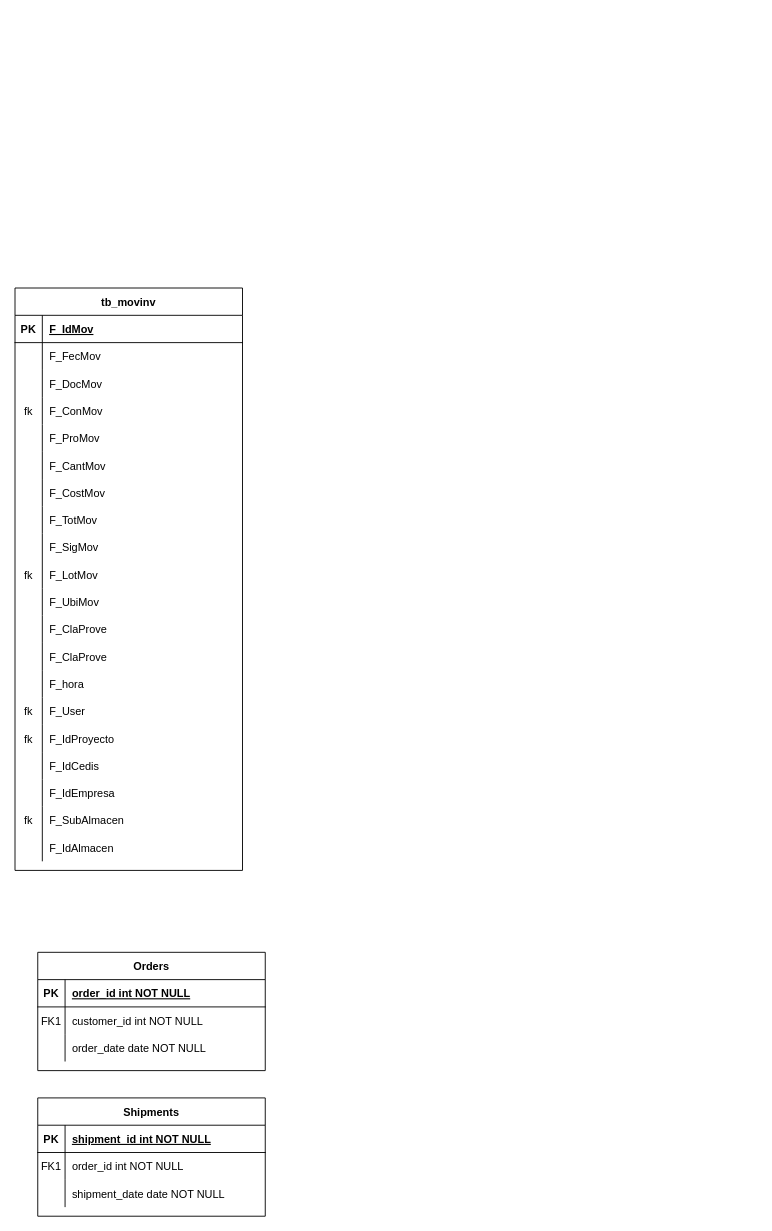
Above: TraspasosSubalmacenes.drawio in ErnestoDanielTafoyaMolinaCYM/clases-cat-cym (draw.io), before the change. Source tidied: cells renumbered, new cells numbered last; positions are measured from the earlier drawing's top-left corner, leaving out a move shared by most shapes. Both pictures are drawn from the tidied source at 91%, with x=0, y=0 at pixel (15, 288).
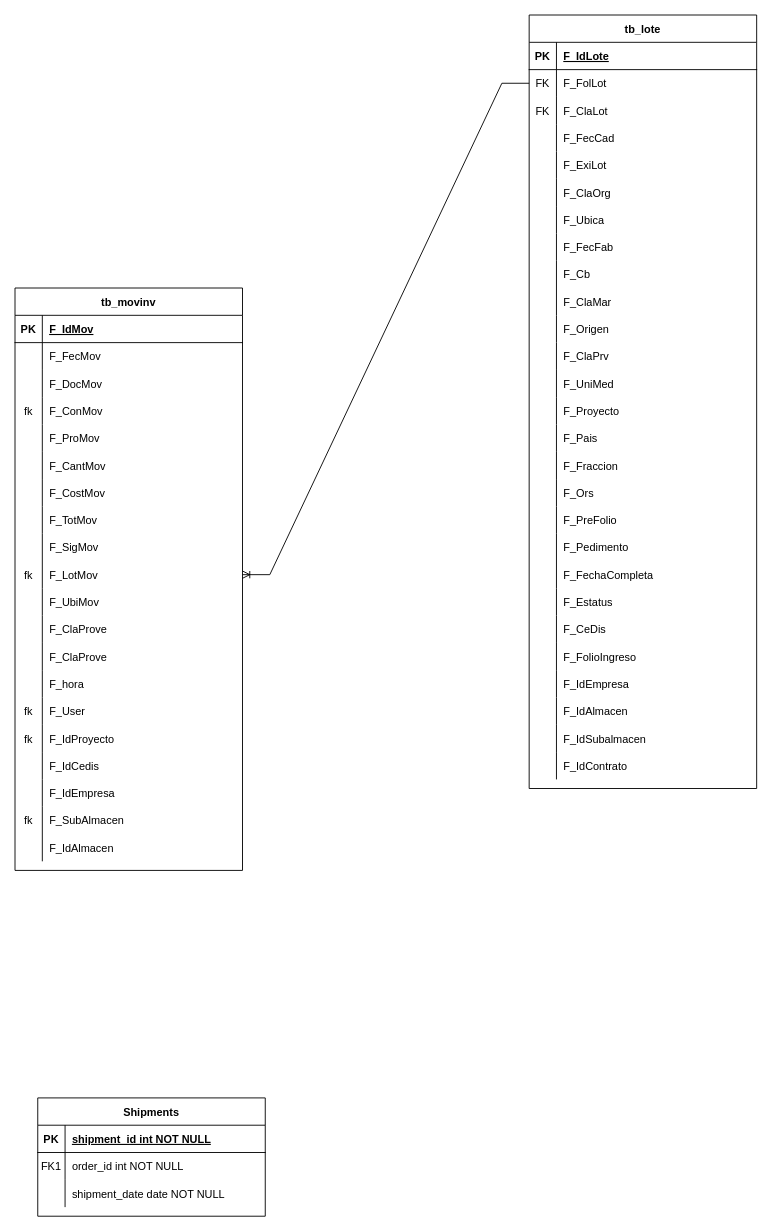
After the change.

The change refers to these unchanged cells:
```xml
<mxCell id="3" style="shape=partialRectangle;fillColor=none;top=0;left=0;right=0;bottom=1;" parent="2" vertex="1">
  <mxGeometry y="30" width="250" height="30" as="geometry" />
</mxCell>
<mxCell id="6" style="shape=partialRectangle;fillColor=none;points=[[0,0.5],[1,0.5]];portConstraint=eastwest;top=0;left=0;right=0;bottom=0;" parent="2" vertex="1">
  <mxGeometry y="60" width="250" height="30" as="geometry" />
</mxCell>
<mxCell id="9" style="shape=partialRectangle;fillColor=none;top=0;left=0;right=0;bottom=0;" parent="2" vertex="1">
  <mxGeometry y="90" width="250" height="30" as="geometry" />
</mxCell>
<mxCell id="50" style="shape=partialRectangle;fillColor=none;points=[[0,0.5],[1,0.5]];portConstraint=eastwest;top=0;left=0;right=0;bottom=0;" parent="22" vertex="1">
  <mxGeometry y="300" width="250" height="30" as="geometry" />
</mxCell>
```

The edit, as a diff of the source:
```diff
@@
-    <mxCell id="2" value="Orders" style="shape=table;startSize=30;childLayout=tableLayout;rowLines=0;fontStyle=1;align=center;" parent="1" vertex="1">
-      <mxGeometry x="25" y="730" width="250" height="130" as="geometry" />
+    <mxCell id="2" value="tb_lote" style="shape=table;startSize=30;childLayout=tableLayout;rowLines=0;fontStyle=1;align=center;" parent="1" vertex="1">
+      <mxGeometry x="565" y="-300" width="250" height="850" as="geometry" />
     </mxCell>
@@
-    <mxCell id="5" value="order_id int NOT NULL " style="shape=partialRectangle;overflow=hidden;fillColor=none;top=0;left=0;bottom=0;right=0;align=left;spacingLeft=6;fontStyle=5;" parent="3" vertex="1">
+    <mxCell id="5" value="F_IdLote " style="shape=partialRectangle;overflow=hidden;fillColor=none;top=0;left=0;bottom=0;right=0;align=left;spacingLeft=6;fontStyle=5;" parent="3" vertex="1">
       <mxGeometry x="30" width="220" height="30" as="geometry" />
     </mxCell>
@@
-    <mxCell id="7" value="FK1" style="shape=partialRectangle;overflow=hidden;fillColor=none;top=0;left=0;bottom=0;right=0;" parent="6" vertex="1">
+    <mxCell id="7" value="FK" style="shape=partialRectangle;overflow=hidden;fillColor=none;top=0;left=0;bottom=0;right=0;" parent="6" vertex="1">
       <mxGeometry width="30" height="30" as="geometry" />
     </mxCell>
-    <mxCell id="8" value="customer_id int NOT NULL" style="shape=partialRectangle;overflow=hidden;fillColor=none;top=0;left=0;bottom=0;right=0;align=left;spacingLeft=6;" parent="6" vertex="1">
+    <mxCell id="8" value="F_FolLot" style="shape=partialRectangle;overflow=hidden;fillColor=none;top=0;left=0;bottom=0;right=0;align=left;spacingLeft=6;" parent="6" vertex="1">
       <mxGeometry x="30" width="220" height="30" as="geometry" />
     </mxCell>
@@
-    <mxCell id="10" style="shape=partialRectangle;overflow=hidden;fillColor=none;top=0;left=0;bottom=0;right=0;" parent="9" vertex="1">
+    <mxCell id="10" value="FK" style="shape=partialRectangle;overflow=hidden;fillColor=none;top=0;left=0;bottom=0;right=0;" parent="9" vertex="1">
       <mxGeometry width="30" height="30" as="geometry" />
     </mxCell>
-    <mxCell id="11" value="order_date date NOT NULL" style="shape=partialRectangle;overflow=hidden;fillColor=none;top=0;left=0;bottom=0;right=0;align=left;spacingLeft=6;" parent="9" vertex="1">
+    <mxCell id="11" value="F_ClaLot" style="shape=partialRectangle;overflow=hidden;fillColor=none;top=0;left=0;bottom=0;right=0;align=left;spacingLeft=6;" parent="9" vertex="1">
       <mxGeometry x="30" width="220" height="30" as="geometry" />
     </mxCell>
+    <mxCell id="83" style="shape=partialRectangle;fillColor=none;top=0;left=0;right=0;bottom=0;" parent="2" vertex="1">
+      <mxGeometry y="120" width="250" height="30" as="geometry" />
+    </mxCell>
+    <mxCell id="84" style="shape=partialRectangle;overflow=hidden;fillColor=none;top=0;left=0;bottom=0;right=0;" parent="83" vertex="1">
+      <mxGeometry width="30" height="30" as="geometry" />
+    </mxCell>
+    <mxCell id="85" value="F_FecCad" style="shape=partialRectangle;overflow=hidden;fillColor=none;top=0;left=0;bottom=0;right=0;align=left;spacingLeft=6;" parent="83" vertex="1">
+      <mxGeometry x="30" width="220" height="30" as="geometry" />
+    </mxCell>
+    <mxCell id="86" style="shape=partialRectangle;fillColor=none;top=0;left=0;right=0;bottom=0;" parent="2" vertex="1">
+      <mxGeometry y="150" width="250" height="30" as="geometry" />
+    </mxCell>
+    <mxCell id="87" style="shape=partialRectangle;overflow=hidden;fillColor=none;top=0;left=0;bottom=0;right=0;" parent="86" vertex="1">
+      <mxGeometry width="30" height="30" as="geometry" />
+    </mxCell>
+    <mxCell id="88" value="F_ExiLot" style="shape=partialRectangle;overflow=hidden;fillColor=none;top=0;left=0;bottom=0;right=0;align=left;spacingLeft=6;" parent="86" vertex="1">
+      <mxGeometry x="30" width="220" height="30" as="geometry" />
+    </mxCell>
+    <mxCell id="89" style="shape=partialRectangle;fillColor=none;top=0;left=0;right=0;bottom=0;" parent="2" vertex="1">
+      <mxGeometry y="180" width="250" height="30" as="geometry" />
+    </mxCell>
+    <mxCell id="90" style="shape=partialRectangle;overflow=hidden;fillColor=none;top=0;left=0;bottom=0;right=0;" parent="89" vertex="1">
+      <mxGeometry width="30" height="30" as="geometry" />
+    </mxCell>
+    <mxCell id="91" value="F_ClaOrg" style="shape=partialRectangle;overflow=hidden;fillColor=none;top=0;left=0;bottom=0;right=0;align=left;spacingLeft=6;" parent="89" vertex="1">
+      <mxGeometry x="30" width="220" height="30" as="geometry" />
+    </mxCell>
+    <mxCell id="92" style="shape=partialRectangle;fillColor=none;top=0;left=0;right=0;bottom=0;" parent="2" vertex="1">
+      <mxGeometry y="210" width="250" height="30" as="geometry" />
+    </mxCell>
+    <mxCell id="93" style="shape=partialRectangle;overflow=hidden;fillColor=none;top=0;left=0;bottom=0;right=0;" parent="92" vertex="1">
+      <mxGeometry width="30" height="30" as="geometry" />
+    </mxCell>
+    <mxCell id="94" value="F_Ubica" style="shape=partialRectangle;overflow=hidden;fillColor=none;top=0;left=0;bottom=0;right=0;align=left;spacingLeft=6;" parent="92" vertex="1">
+      <mxGeometry x="30" width="220" height="30" as="geometry" />
+    </mxCell>
+    <mxCell id="95" style="shape=partialRectangle;fillColor=none;top=0;left=0;right=0;bottom=0;" parent="2" vertex="1">
+      <mxGeometry y="240" width="250" height="30" as="geometry" />
+    </mxCell>
+    <mxCell id="96" style="shape=partialRectangle;overflow=hidden;fillColor=none;top=0;left=0;bottom=0;right=0;" parent="95" vertex="1">
+      <mxGeometry width="30" height="30" as="geometry" />
+    </mxCell>
+    <mxCell id="97" value="F_FecFab" style="shape=partialRectangle;overflow=hidden;fillColor=none;top=0;left=0;bottom=0;right=0;align=left;spacingLeft=6;" parent="95" vertex="1">
+      <mxGeometry x="30" width="220" height="30" as="geometry" />
+    </mxCell>
+    <mxCell id="98" style="shape=partialRectangle;fillColor=none;top=0;left=0;right=0;bottom=0;" parent="2" vertex="1">
+      <mxGeometry y="270" width="250" height="30" as="geometry" />
+    </mxCell>
+    <mxCell id="99" style="shape=partialRectangle;overflow=hidden;fillColor=none;top=0;left=0;bottom=0;right=0;" parent="98" vertex="1">
+      <mxGeometry width="30" height="30" as="geometry" />
+    </mxCell>
+    <mxCell id="100" value="F_Cb" style="shape=partialRectangle;overflow=hidden;fillColor=none;top=0;left=0;bottom=0;right=0;align=left;spacingLeft=6;" parent="98" vertex="1">
+      <mxGeometry x="30" width="220" height="30" as="geometry" />
+    </mxCell>
+    <mxCell id="101" style="shape=partialRectangle;fillColor=none;top=0;left=0;right=0;bottom=0;" parent="2" vertex="1">
+      <mxGeometry y="300" width="250" height="30" as="geometry" />
+    </mxCell>
+    <mxCell id="102" style="shape=partialRectangle;overflow=hidden;fillColor=none;top=0;left=0;bottom=0;right=0;" parent="101" vertex="1">
+      <mxGeometry width="30" height="30" as="geometry" />
+    </mxCell>
+    <mxCell id="103" value="F_ClaMar" style="shape=partialRectangle;overflow=hidden;fillColor=none;top=0;left=0;bottom=0;right=0;align=left;spacingLeft=6;" parent="101" vertex="1">
+      <mxGeometry x="30" width="220" height="30" as="geometry" />
+    </mxCell>
+    <mxCell id="104" style="shape=partialRectangle;fillColor=none;top=0;left=0;right=0;bottom=0;" parent="2" vertex="1">
+      <mxGeometry y="330" width="250" height="30" as="geometry" />
+    </mxCell>
+    <mxCell id="105" style="shape=partialRectangle;overflow=hidden;fillColor=none;top=0;left=0;bottom=0;right=0;" parent="104" vertex="1">
+      <mxGeometry width="30" height="30" as="geometry" />
+    </mxCell>
+    <mxCell id="106" value="F_Origen" style="shape=partialRectangle;overflow=hidden;fillColor=none;top=0;left=0;bottom=0;right=0;align=left;spacingLeft=6;" parent="104" vertex="1">
+      <mxGeometry x="30" width="220" height="30" as="geometry" />
+    </mxCell>
+    <mxCell id="107" style="shape=partialRectangle;fillColor=none;top=0;left=0;right=0;bottom=0;" parent="2" vertex="1">
+      <mxGeometry y="360" width="250" height="30" as="geometry" />
+    </mxCell>
+    <mxCell id="108" style="shape=partialRectangle;overflow=hidden;fillColor=none;top=0;left=0;bottom=0;right=0;" parent="107" vertex="1">
+      <mxGeometry width="30" height="30" as="geometry" />
+    </mxCell>
+    <mxCell id="109" value="F_ClaPrv" style="shape=partialRectangle;overflow=hidden;fillColor=none;top=0;left=0;bottom=0;right=0;align=left;spacingLeft=6;" parent="107" vertex="1">
+      <mxGeometry x="30" width="220" height="30" as="geometry" />
+    </mxCell>
+    <mxCell id="110" style="shape=partialRectangle;fillColor=none;top=0;left=0;right=0;bottom=0;" parent="2" vertex="1">
+      <mxGeometry y="390" width="250" height="30" as="geometry" />
+    </mxCell>
+    <mxCell id="111" style="shape=partialRectangle;overflow=hidden;fillColor=none;top=0;left=0;bottom=0;right=0;" parent="110" vertex="1">
+      <mxGeometry width="30" height="30" as="geometry" />
+    </mxCell>
+    <mxCell id="112" value="F_UniMed" style="shape=partialRectangle;overflow=hidden;fillColor=none;top=0;left=0;bottom=0;right=0;align=left;spacingLeft=6;" parent="110" vertex="1">
+      <mxGeometry x="30" width="220" height="30" as="geometry" />
+    </mxCell>
+    <mxCell id="113" style="shape=partialRectangle;fillColor=none;top=0;left=0;right=0;bottom=0;" parent="2" vertex="1">
+      <mxGeometry y="420" width="250" height="30" as="geometry" />
+    </mxCell>
+    <mxCell id="114" style="shape=partialRectangle;overflow=hidden;fillColor=none;top=0;left=0;bottom=0;right=0;" parent="113" vertex="1">
+      <mxGeometry width="30" height="30" as="geometry" />
+    </mxCell>
+    <mxCell id="115" value="F_Proyecto" style="shape=partialRectangle;overflow=hidden;fillColor=none;top=0;left=0;bottom=0;right=0;align=left;spacingLeft=6;" parent="113" vertex="1">
+      <mxGeometry x="30" width="220" height="30" as="geometry" />
+    </mxCell>
+    <mxCell id="116" style="shape=partialRectangle;fillColor=none;top=0;left=0;right=0;bottom=0;" parent="2" vertex="1">
+      <mxGeometry y="450" width="250" height="30" as="geometry" />
+    </mxCell>
+    <mxCell id="117" style="shape=partialRectangle;overflow=hidden;fillColor=none;top=0;left=0;bottom=0;right=0;" parent="116" vertex="1">
+      <mxGeometry width="30" height="30" as="geometry" />
+    </mxCell>
+    <mxCell id="118" value="F_Pais" style="shape=partialRectangle;overflow=hidden;fillColor=none;top=0;left=0;bottom=0;right=0;align=left;spacingLeft=6;" parent="116" vertex="1">
+      <mxGeometry x="30" width="220" height="30" as="geometry" />
+    </mxCell>
+    <mxCell id="119" style="shape=partialRectangle;fillColor=none;top=0;left=0;right=0;bottom=0;" parent="2" vertex="1">
+      <mxGeometry y="480" width="250" height="30" as="geometry" />
+    </mxCell>
+    <mxCell id="120" style="shape=partialRectangle;overflow=hidden;fillColor=none;top=0;left=0;bottom=0;right=0;" parent="119" vertex="1">
+      <mxGeometry width="30" height="30" as="geometry" />
+    </mxCell>
+    <mxCell id="121" value="F_Fraccion" style="shape=partialRectangle;overflow=hidden;fillColor=none;top=0;left=0;bottom=0;right=0;align=left;spacingLeft=6;" parent="119" vertex="1">
+      <mxGeometry x="30" width="220" height="30" as="geometry" />
+    </mxCell>
+    <mxCell id="122" style="shape=partialRectangle;fillColor=none;top=0;left=0;right=0;bottom=0;" parent="2" vertex="1">
+      <mxGeometry y="510" width="250" height="30" as="geometry" />
+    </mxCell>
+    <mxCell id="123" style="shape=partialRectangle;overflow=hidden;fillColor=none;top=0;left=0;bottom=0;right=0;" parent="122" vertex="1">
+      <mxGeometry width="30" height="30" as="geometry" />
+    </mxCell>
+    <mxCell id="124" value="F_Ors" style="shape=partialRectangle;overflow=hidden;fillColor=none;top=0;left=0;bottom=0;right=0;align=left;spacingLeft=6;" parent="122" vertex="1">
+      <mxGeometry x="30" width="220" height="30" as="geometry" />
+    </mxCell>
+    <mxCell id="125" style="shape=partialRectangle;fillColor=none;top=0;left=0;right=0;bottom=0;" parent="2" vertex="1">
+      <mxGeometry y="540" width="250" height="30" as="geometry" />
+    </mxCell>
+    <mxCell id="126" style="shape=partialRectangle;overflow=hidden;fillColor=none;top=0;left=0;bottom=0;right=0;" parent="125" vertex="1">
+      <mxGeometry width="30" height="30" as="geometry" />
+    </mxCell>
+    <mxCell id="127" value="F_PreFolio" style="shape=partialRectangle;overflow=hidden;fillColor=none;top=0;left=0;bottom=0;right=0;align=left;spacingLeft=6;" parent="125" vertex="1">
+      <mxGeometry x="30" width="220" height="30" as="geometry" />
+    </mxCell>
+    <mxCell id="128" style="shape=partialRectangle;fillColor=none;top=0;left=0;right=0;bottom=0;" parent="2" vertex="1">
+      <mxGeometry y="570" width="250" height="30" as="geometry" />
+    </mxCell>
+    <mxCell id="129" style="shape=partialRectangle;overflow=hidden;fillColor=none;top=0;left=0;bottom=0;right=0;" parent="128" vertex="1">
+      <mxGeometry width="30" height="30" as="geometry" />
+    </mxCell>
+    <mxCell id="130" value="F_Pedimento" style="shape=partialRectangle;overflow=hidden;fillColor=none;top=0;left=0;bottom=0;right=0;align=left;spacingLeft=6;" parent="128" vertex="1">
+      <mxGeometry x="30" width="220" height="30" as="geometry" />
+    </mxCell>
+    <mxCell id="131" style="shape=partialRectangle;fillColor=none;top=0;left=0;right=0;bottom=0;" parent="2" vertex="1">
+      <mxGeometry y="600" width="250" height="30" as="geometry" />
+    </mxCell>
+    <mxCell id="132" style="shape=partialRectangle;overflow=hidden;fillColor=none;top=0;left=0;bottom=0;right=0;" parent="131" vertex="1">
+      <mxGeometry width="30" height="30" as="geometry" />
+    </mxCell>
+    <mxCell id="133" value="F_FechaCompleta" style="shape=partialRectangle;overflow=hidden;fillColor=none;top=0;left=0;bottom=0;right=0;align=left;spacingLeft=6;" parent="131" vertex="1">
+      <mxGeometry x="30" width="220" height="30" as="geometry" />
+    </mxCell>
+    <mxCell id="134" style="shape=partialRectangle;fillColor=none;top=0;left=0;right=0;bottom=0;" parent="2" vertex="1">
+      <mxGeometry y="630" width="250" height="30" as="geometry" />
+    </mxCell>
+    <mxCell id="135" style="shape=partialRectangle;overflow=hidden;fillColor=none;top=0;left=0;bottom=0;right=0;" parent="134" vertex="1">
+      <mxGeometry width="30" height="30" as="geometry" />
+    </mxCell>
+    <mxCell id="136" value="F_Estatus" style="shape=partialRectangle;overflow=hidden;fillColor=none;top=0;left=0;bottom=0;right=0;align=left;spacingLeft=6;" parent="134" vertex="1">
+      <mxGeometry x="30" width="220" height="30" as="geometry" />
+    </mxCell>
+    <mxCell id="137" style="shape=partialRectangle;fillColor=none;top=0;left=0;right=0;bottom=0;" parent="2" vertex="1">
+      <mxGeometry y="660" width="250" height="30" as="geometry" />
+    </mxCell>
+    <mxCell id="138" style="shape=partialRectangle;overflow=hidden;fillColor=none;top=0;left=0;bottom=0;right=0;" parent="137" vertex="1">
+      <mxGeometry width="30" height="30" as="geometry" />
+    </mxCell>
+    <mxCell id="139" value="F_CeDis" style="shape=partialRectangle;overflow=hidden;fillColor=none;top=0;left=0;bottom=0;right=0;align=left;spacingLeft=6;" parent="137" vertex="1">
+      <mxGeometry x="30" width="220" height="30" as="geometry" />
+    </mxCell>
+    <mxCell id="140" style="shape=partialRectangle;fillColor=none;top=0;left=0;right=0;bottom=0;" parent="2" vertex="1">
+      <mxGeometry y="690" width="250" height="30" as="geometry" />
+    </mxCell>
+    <mxCell id="141" style="shape=partialRectangle;overflow=hidden;fillColor=none;top=0;left=0;bottom=0;right=0;" parent="140" vertex="1">
+      <mxGeometry width="30" height="30" as="geometry" />
+    </mxCell>
+    <mxCell id="142" value="F_FolioIngreso" style="shape=partialRectangle;overflow=hidden;fillColor=none;top=0;left=0;bottom=0;right=0;align=left;spacingLeft=6;" parent="140" vertex="1">
+      <mxGeometry x="30" width="220" height="30" as="geometry" />
+    </mxCell>
+    <mxCell id="143" style="shape=partialRectangle;fillColor=none;top=0;left=0;right=0;bottom=0;" parent="2" vertex="1">
+      <mxGeometry y="720" width="250" height="30" as="geometry" />
+    </mxCell>
+    <mxCell id="144" style="shape=partialRectangle;overflow=hidden;fillColor=none;top=0;left=0;bottom=0;right=0;" parent="143" vertex="1">
+      <mxGeometry width="30" height="30" as="geometry" />
+    </mxCell>
+    <mxCell id="145" value="F_IdEmpresa" style="shape=partialRectangle;overflow=hidden;fillColor=none;top=0;left=0;bottom=0;right=0;align=left;spacingLeft=6;" parent="143" vertex="1">
+      <mxGeometry x="30" width="220" height="30" as="geometry" />
+    </mxCell>
+    <mxCell id="146" style="shape=partialRectangle;fillColor=none;top=0;left=0;right=0;bottom=0;" parent="2" vertex="1">
+      <mxGeometry y="750" width="250" height="30" as="geometry" />
+    </mxCell>
+    <mxCell id="147" style="shape=partialRectangle;overflow=hidden;fillColor=none;top=0;left=0;bottom=0;right=0;" parent="146" vertex="1">
+      <mxGeometry width="30" height="30" as="geometry" />
+    </mxCell>
+    <mxCell id="148" value="F_IdAlmacen" style="shape=partialRectangle;overflow=hidden;fillColor=none;top=0;left=0;bottom=0;right=0;align=left;spacingLeft=6;" parent="146" vertex="1">
+      <mxGeometry x="30" width="220" height="30" as="geometry" />
+    </mxCell>
+    <mxCell id="149" style="shape=partialRectangle;fillColor=none;top=0;left=0;right=0;bottom=0;" parent="2" vertex="1">
+      <mxGeometry y="780" width="250" height="30" as="geometry" />
+    </mxCell>
+    <mxCell id="150" style="shape=partialRectangle;overflow=hidden;fillColor=none;top=0;left=0;bottom=0;right=0;" parent="149" vertex="1">
+      <mxGeometry width="30" height="30" as="geometry" />
+    </mxCell>
+    <mxCell id="151" value="F_IdSubalmacen" style="shape=partialRectangle;overflow=hidden;fillColor=none;top=0;left=0;bottom=0;right=0;align=left;spacingLeft=6;" parent="149" vertex="1">
+      <mxGeometry x="30" width="220" height="30" as="geometry" />
+    </mxCell>
+    <mxCell id="152" style="shape=partialRectangle;fillColor=none;top=0;left=0;right=0;bottom=0;" parent="2" vertex="1">
+      <mxGeometry y="810" width="250" height="30" as="geometry" />
+    </mxCell>
+    <mxCell id="153" style="shape=partialRectangle;overflow=hidden;fillColor=none;top=0;left=0;bottom=0;right=0;" parent="152" vertex="1">
+      <mxGeometry width="30" height="30" as="geometry" />
+    </mxCell>
+    <mxCell id="154" value="F_IdContrato" style="shape=partialRectangle;overflow=hidden;fillColor=none;top=0;left=0;bottom=0;right=0;align=left;spacingLeft=6;" parent="152" vertex="1">
+      <mxGeometry x="30" width="220" height="30" as="geometry" />
+    </mxCell>
@@
+    <mxCell id="155" style="edgeStyle=entityRelationEdgeStyle;fontSize=12;html=1;endArrow=ERoneToMany;rounded=0;entryX=1;entryY=0.5;entryDx=0;entryDy=0;exitX=0;exitY=0.5;exitDx=0;exitDy=0;" parent="1" edge="1" source="6" target="50">
+      <mxGeometry relative="1" as="geometry" />
+    </mxCell>
```
